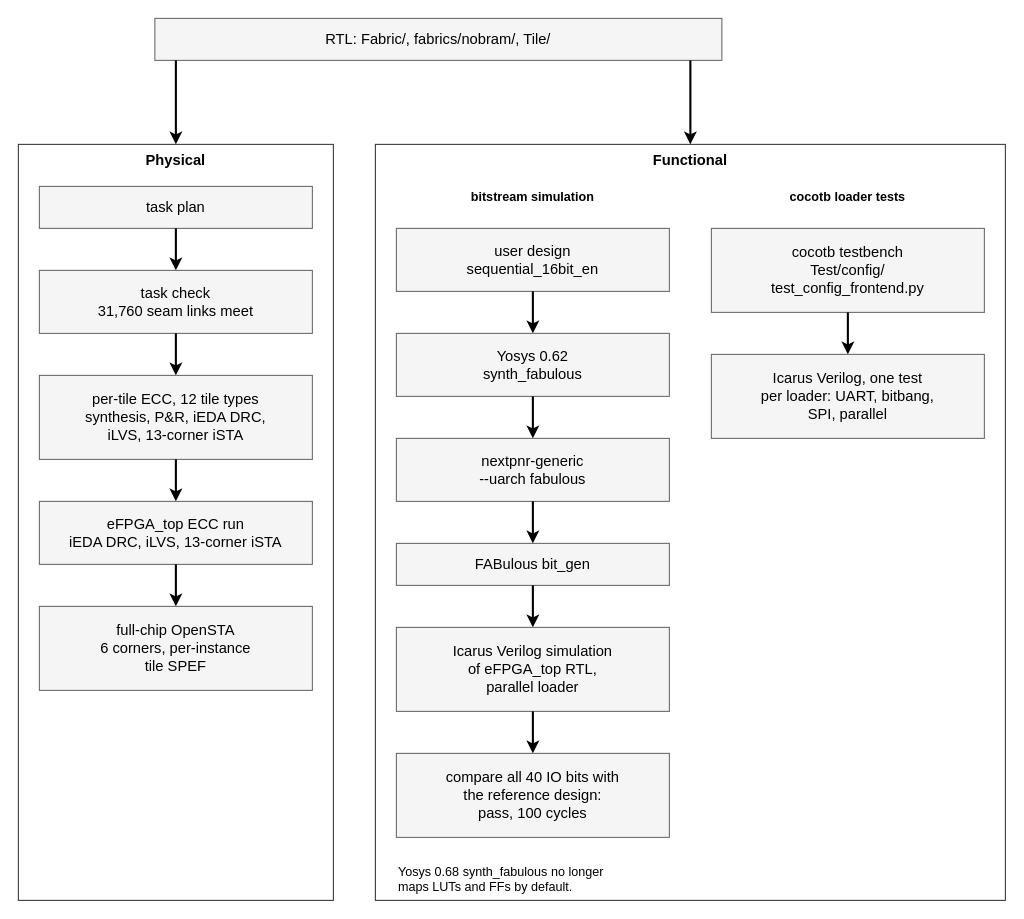
Earlier version of the draw.io diagram submission/images/verification_environment.drawio (KelvinChung2000/demo-ics55). Source tidied: cells renumbered, new cells numbered last; positions are measured from the earlier drawing's top-left corner, leaving out a move shared by most shapes. Both pictures are drawn from the tidied source at 105%, with x=0, y=0 at pixel (18, 18).
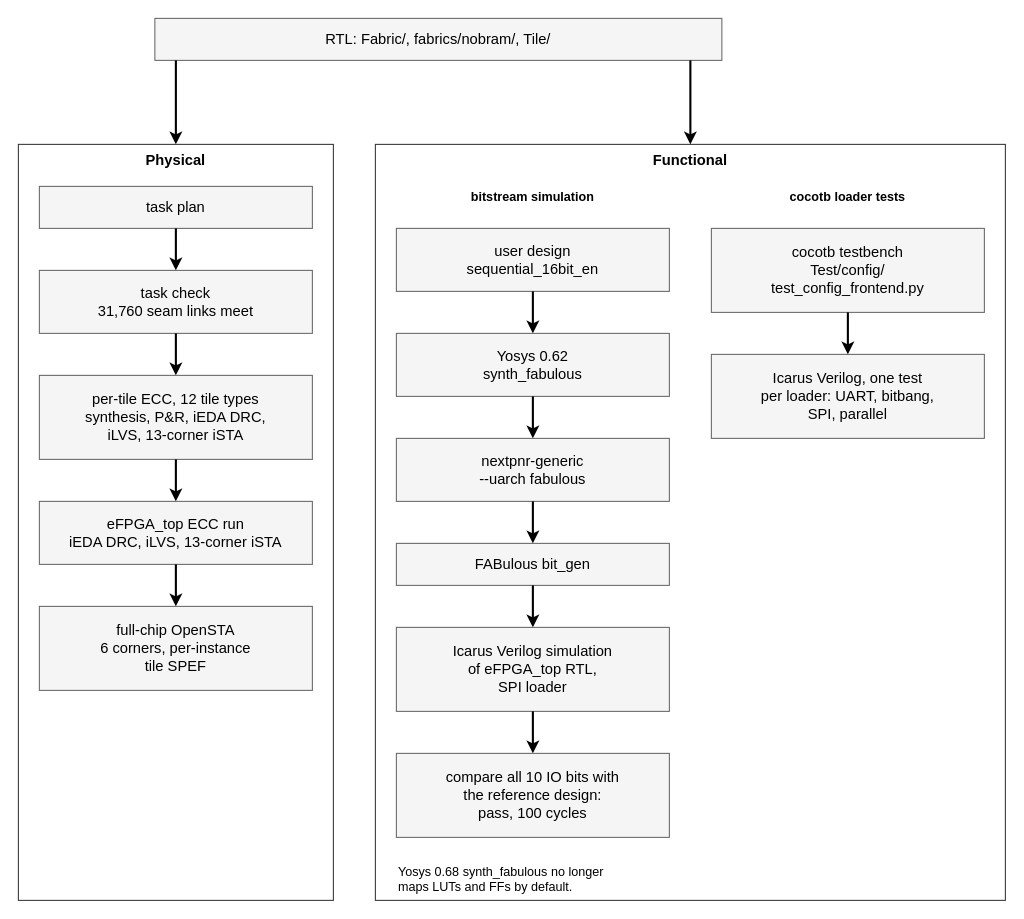
Above is the later version.

Unchanged cells that the change refers to:
```xml
<mxCell id="4" value="Functional" style="rounded=0;whiteSpace=wrap;html=1;fillColor=#ffffff;strokeColor=#333333;fontFamily=Helvetica;fontSize=14;verticalAlign=top;fontStyle=1;" parent="1" vertex="1">
  <mxGeometry x="340" y="120" width="600" height="720" as="geometry" />
</mxCell>
```

What changed in the source:
```diff
@@
-    <mxCell id="21" value="Icarus Verilog simulation&lt;br&gt;of eFPGA_top RTL,&lt;br&gt;parallel loader" style="rounded=0;whiteSpace=wrap;html=1;fillColor=#f5f5f5;strokeColor=#666666;fontFamily=Helvetica;fontSize=14;" parent="4" vertex="1">
+    <mxCell id="21" value="Icarus Verilog simulation&lt;br&gt;of eFPGA_top RTL,&lt;br&gt;SPI loader" style="rounded=0;whiteSpace=wrap;html=1;fillColor=#f5f5f5;strokeColor=#666666;fontFamily=Helvetica;fontSize=14;" parent="4" vertex="1">
       <mxGeometry x="20" y="460" width="260" height="80" as="geometry" />
     </mxCell>
@@
-    <mxCell id="23" value="compare all 40 IO bits with&lt;br&gt;the reference design:&lt;br&gt;pass, 100 cycles" style="rounded=0;whiteSpace=wrap;html=1;fillColor=#f5f5f5;strokeColor=#666666;fontFamily=Helvetica;fontSize=14;" parent="4" vertex="1">
+    <mxCell id="23" value="compare all 10 IO bits with&lt;br&gt;the reference design:&lt;br&gt;pass, 100 cycles" style="rounded=0;whiteSpace=wrap;html=1;fillColor=#f5f5f5;strokeColor=#666666;fontFamily=Helvetica;fontSize=14;" parent="4" vertex="1">
       <mxGeometry x="20" y="580" width="260" height="80" as="geometry" />
     </mxCell>
```
